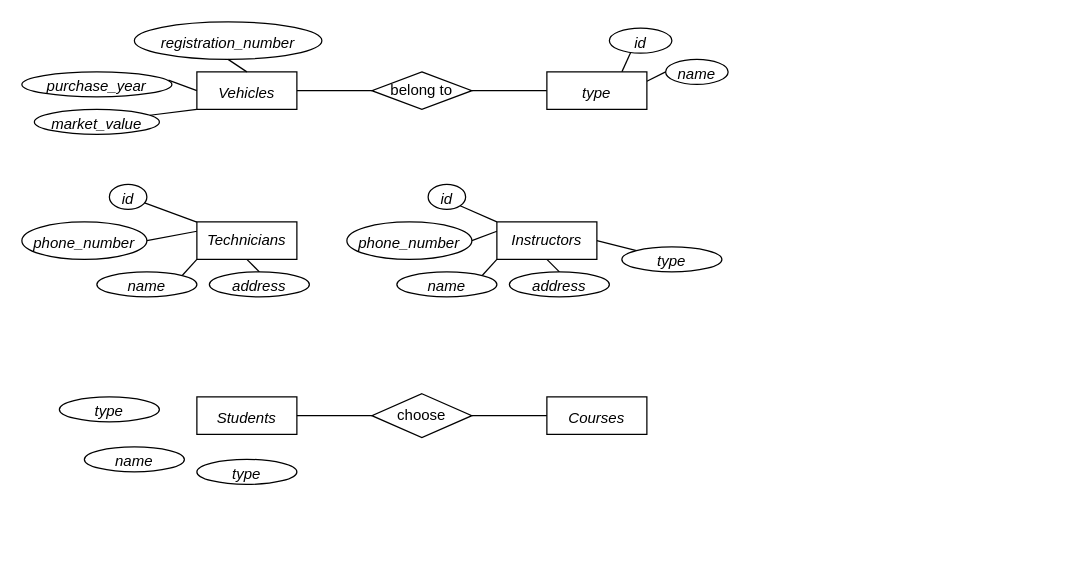
Above: 未命名绘图.drawio in Jiangyan-WANG/study_brhm (draw.io), before the change. Source tidied: cells renumbered, new cells numbered last; positions are measured from the earlier drawing's top-left corner, leaving out a move shared by most shapes. Both pictures are drawn from the tidied source at 125%, with x=0, y=0 at pixel (21, 21).
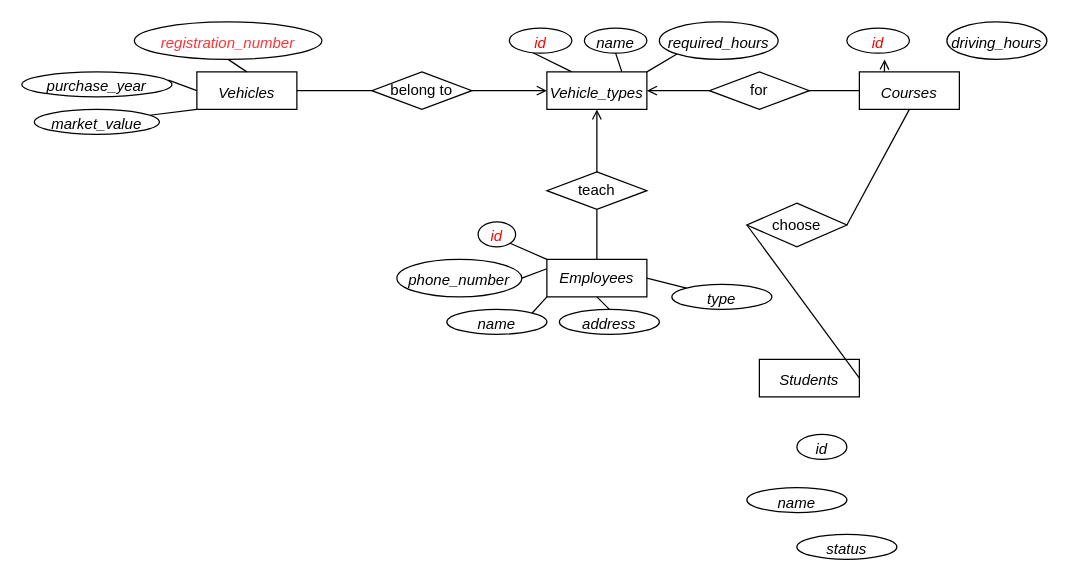
Above is the later version.

Unchanged cells that the change refers to:
```xml
<mxCell id="35" value="belong to" style="rhombus;whiteSpace=wrap;html=1;" parent="1" vertex="1">
  <mxGeometry x="280" y="40" width="80" height="30" as="geometry" />
</mxCell>
```

Change to the diagram source:
```diff
@@
-    <mxCell id="6" value="Technicians" style="rounded=0;whiteSpace=wrap;html=1;fontStyle=2;" parent="1" vertex="1">
-      <mxGeometry x="140" y="160" width="80" height="30" as="geometry" />
-    </mxCell>
     <mxCell id="7" value="Students&lt;span style=&quot;font-size: medium; text-align: start;&quot;&gt;&lt;/span&gt;" style="rounded=0;whiteSpace=wrap;html=1;fontStyle=2;" parent="1" vertex="1">
-      <mxGeometry x="140" y="300" width="80" height="30" as="geometry" />
+      <mxGeometry x="590" y="270" width="80" height="30" as="geometry" />
     </mxCell>
+    <mxCell id="45" style="edgeStyle=none;rounded=0;jettySize=auto;html=1;exitX=0;exitY=0.5;exitDx=0;exitDy=0;entryX=1;entryY=0.5;entryDx=0;entryDy=0;fontColor=#FF0000;endArrow=none;endFill=0;" parent="1" edge="1" source="8" target="55">
+      <mxGeometry relative="1" as="geometry" />
+    </mxCell>
+    <mxCell id="46" style="edgeStyle=none;rounded=0;jettySize=auto;html=1;exitX=0.25;exitY=0;exitDx=0;exitDy=0;fontColor=#FF0000;endArrow=open;endFill=0;" parent="1" edge="1" source="8">
+      <mxGeometry relative="1" as="geometry">
+        <mxPoint x="690.2" y="30" as="targetPoint" />
+      </mxGeometry>
+    </mxCell>
     <mxCell id="8" value="Courses&lt;span style=&quot;font-size: medium; text-align: start;&quot;&gt;&lt;/span&gt;" style="rounded=0;whiteSpace=wrap;html=1;fontStyle=2;" parent="1" vertex="1">
-      <mxGeometry x="420" y="300" width="80" height="30" as="geometry" />
+      <mxGeometry x="670" y="40" width="80" height="30" as="geometry" />
     </mxCell>
-    <mxCell id="9" value="registration_number&lt;span style=&quot;font-size: medium; text-align: start;&quot;&gt;&lt;/span&gt;" style="ellipse;whiteSpace=wrap;html=1;fontStyle=2;" parent="1" vertex="1">
+    <mxCell id="9" value="registration_number&lt;span style=&quot;font-size: medium; text-align: start;&quot;&gt;&lt;/span&gt;" style="ellipse;whiteSpace=wrap;html=1;fontStyle=2;fontColor=#FF3333;" parent="1" vertex="1">
       <mxGeometry x="90" width="150" height="30" as="geometry" />
     </mxCell>
@@
-    <mxCell id="14" style="edgeStyle=none;rounded=0;jettySize=auto;html=1;exitX=1;exitY=0.5;exitDx=0;exitDy=0;entryX=0;entryY=0.5;entryDx=0;entryDy=0;endArrow=none;endFill=0;" parent="1" edge="1" source="15" target="8">
+    <mxCell id="14" style="edgeStyle=none;rounded=0;jettySize=auto;html=1;exitX=1;exitY=0.5;exitDx=0;exitDy=0;entryX=0.5;entryY=1;entryDx=0;entryDy=0;endArrow=none;endFill=0;" parent="1" edge="1" source="15" target="8">
       <mxGeometry relative="1" as="geometry" />
     </mxCell>
     <mxCell id="15" value="choose" style="rhombus;whiteSpace=wrap;html=1;" parent="1" vertex="1">
-      <mxGeometry x="280" y="297.5" width="80" height="35" as="geometry" />
+      <mxGeometry x="580" y="145" width="80" height="35" as="geometry" />
     </mxCell>
-    <mxCell id="16" style="edgeStyle=none;rounded=0;jettySize=auto;html=1;exitX=1;exitY=0;exitDx=0;exitDy=0;entryX=0;entryY=1;entryDx=0;entryDy=0;endArrow=none;endFill=0;" parent="1" edge="1" source="17" target="6">
-      <mxGeometry relative="1" as="geometry" />
-    </mxCell>
-    <mxCell id="17" value="name&lt;span style=&quot;font-size: medium; text-align: start;&quot;&gt;&lt;/span&gt;" style="ellipse;whiteSpace=wrap;html=1;fontStyle=2;verticalAlign=middle;" parent="1" vertex="1">
-      <mxGeometry x="60" y="200" width="80" height="20" as="geometry" />
-    </mxCell>
-    <mxCell id="18" style="edgeStyle=none;rounded=0;jettySize=auto;html=1;exitX=0.5;exitY=0;exitDx=0;exitDy=0;entryX=0.5;entryY=1;entryDx=0;entryDy=0;endArrow=none;endFill=0;" parent="1" edge="1" source="19" target="6">
-      <mxGeometry relative="1" as="geometry" />
-    </mxCell>
-    <mxCell id="19" value="address&lt;span style=&quot;font-size: medium; text-align: start;&quot;&gt;&lt;/span&gt;" style="ellipse;whiteSpace=wrap;html=1;fontStyle=2;verticalAlign=middle;" parent="1" vertex="1">
-      <mxGeometry x="150" y="200" width="80" height="20" as="geometry" />
-    </mxCell>
-    <mxCell id="20" style="edgeStyle=none;rounded=0;jettySize=auto;html=1;exitX=1;exitY=0.5;exitDx=0;exitDy=0;entryX=0;entryY=0.25;entryDx=0;entryDy=0;endArrow=none;endFill=0;" parent="1" edge="1" source="21" target="6">
-      <mxGeometry relative="1" as="geometry" />
-    </mxCell>
-    <mxCell id="21" value="phone_number&lt;span style=&quot;font-size: medium; text-align: start;&quot;&gt;&lt;/span&gt;" style="ellipse;whiteSpace=wrap;html=1;fontStyle=2;verticalAlign=middle;" parent="1" vertex="1">
-      <mxGeometry y="160" width="100" height="30" as="geometry" />
-    </mxCell>
@@
+    <mxCell id="47" style="edgeStyle=none;rounded=0;jettySize=auto;html=1;exitX=0.5;exitY=0;exitDx=0;exitDy=0;entryX=0.5;entryY=1;entryDx=0;entryDy=0;endArrow=none;endFill=0;" parent="1" edge="1" source="23" target="49">
+      <mxGeometry relative="1" as="geometry" />
+    </mxCell>
-    <mxCell id="23" value="Instructors" style="rounded=0;whiteSpace=wrap;html=1;fontStyle=2;" parent="1" vertex="1">
-      <mxGeometry x="380" y="160" width="80" height="30" as="geometry" />
+    <mxCell id="23" value="Employees" style="rounded=0;whiteSpace=wrap;html=1;fontStyle=2;" parent="1" vertex="1">
+      <mxGeometry x="420" y="190" width="80" height="30" as="geometry" />
     </mxCell>
@@
     <mxCell id="25" value="name&lt;span style=&quot;font-size: medium; text-align: start;&quot;&gt;&lt;/span&gt;" style="ellipse;whiteSpace=wrap;html=1;fontStyle=2;verticalAlign=middle;" parent="1" vertex="1">
-      <mxGeometry x="300" y="200" width="80" height="20" as="geometry" />
+      <mxGeometry x="340" y="230" width="80" height="20" as="geometry" />
     </mxCell>
@@
     <mxCell id="27" value="address&lt;span style=&quot;font-size: medium; text-align: start;&quot;&gt;&lt;/span&gt;" style="ellipse;whiteSpace=wrap;html=1;fontStyle=2;verticalAlign=middle;" parent="1" vertex="1">
-      <mxGeometry x="390" y="200" width="80" height="20" as="geometry" />
+      <mxGeometry x="430" y="230" width="80" height="20" as="geometry" />
     </mxCell>
@@
     <mxCell id="29" value="phone_number&lt;span style=&quot;font-size: medium; text-align: start;&quot;&gt;&lt;/span&gt;" style="ellipse;whiteSpace=wrap;html=1;fontStyle=2;verticalAlign=middle;" parent="1" vertex="1">
-      <mxGeometry x="260" y="160" width="100" height="30" as="geometry" />
+      <mxGeometry x="300" y="190" width="100" height="30" as="geometry" />
     </mxCell>
     <mxCell id="30" value="type&lt;span style=&quot;font-size: medium; text-align: start;&quot;&gt;&lt;/span&gt;" style="ellipse;whiteSpace=wrap;html=1;fontStyle=2;verticalAlign=middle;" parent="1" vertex="1">
-      <mxGeometry x="480" y="180" width="80" height="20" as="geometry" />
+      <mxGeometry x="520" y="210" width="80" height="20" as="geometry" />
     </mxCell>
     <mxCell id="31" value="name&lt;span style=&quot;font-size: medium; text-align: start;&quot;&gt;&lt;/span&gt;" style="ellipse;whiteSpace=wrap;html=1;fontStyle=2;verticalAlign=middle;" parent="1" vertex="1">
-      <mxGeometry x="50" y="340" width="80" height="20" as="geometry" />
+      <mxGeometry x="580" y="372.5" width="80" height="20" as="geometry" />
     </mxCell>
-    <mxCell id="32" value="type&lt;span style=&quot;font-size: medium; text-align: start;&quot;&gt;&lt;/span&gt;" style="ellipse;whiteSpace=wrap;html=1;fontStyle=2;verticalAlign=middle;" parent="1" vertex="1">
-      <mxGeometry x="140" y="350" width="80" height="20" as="geometry" />
-    </mxCell>
-    <mxCell id="33" value="type&lt;span style=&quot;font-size: medium; text-align: start;&quot;&gt;&lt;/span&gt;" style="ellipse;whiteSpace=wrap;html=1;fontStyle=2;verticalAlign=middle;" parent="1" vertex="1">
-      <mxGeometry x="30" y="300" width="80" height="20" as="geometry" />
-    </mxCell>
-    <mxCell id="34" style="edgeStyle=none;rounded=0;jettySize=auto;html=1;exitX=1;exitY=0.5;exitDx=0;exitDy=0;entryX=0;entryY=0.5;entryDx=0;entryDy=0;endArrow=none;endFill=0;" parent="1" edge="1" source="35" target="38">
+    <mxCell id="34" style="edgeStyle=none;rounded=0;jettySize=auto;html=1;exitX=1;exitY=0.5;exitDx=0;exitDy=0;entryX=0;entryY=0.5;entryDx=0;entryDy=0;endArrow=open;endFill=0;" parent="1" edge="1" source="35" target="38">
       <mxGeometry relative="1" as="geometry" />
     </mxCell>
@@
-    <mxCell id="36" style="edgeStyle=none;rounded=0;jettySize=auto;html=1;exitX=0.75;exitY=0;exitDx=0;exitDy=0;entryX=0.346;entryY=0.946;entryDx=0;entryDy=0;entryPerimeter=0;endArrow=none;endFill=0;" parent="1" edge="1" source="38" target="39">
+    <mxCell id="36" style="edgeStyle=none;rounded=0;jettySize=auto;html=1;exitX=0.25;exitY=0;exitDx=0;exitDy=0;entryX=0.346;entryY=0.946;entryDx=0;entryDy=0;entryPerimeter=0;endArrow=none;endFill=0;" parent="1" edge="1" source="38" target="39">
       <mxGeometry relative="1" as="geometry" />
     </mxCell>
-    <mxCell id="37" style="edgeStyle=none;rounded=0;jettySize=auto;html=1;exitX=1;exitY=0.25;exitDx=0;exitDy=0;entryX=0;entryY=0.5;entryDx=0;entryDy=0;endArrow=none;endFill=0;" parent="1" edge="1" source="38" target="40">
+    <mxCell id="37" style="edgeStyle=none;rounded=0;jettySize=auto;html=1;exitX=0.75;exitY=0;exitDx=0;exitDy=0;entryX=0.5;entryY=1;entryDx=0;entryDy=0;endArrow=none;endFill=0;" parent="1" edge="1" source="38" target="40">
       <mxGeometry relative="1" as="geometry" />
     </mxCell>
-    <mxCell id="38" value="type&lt;span style=&quot;font-size: medium; text-align: start;&quot;&gt;&lt;/span&gt;" style="rounded=0;whiteSpace=wrap;html=1;fontStyle=2;" parent="1" vertex="1">
+    <mxCell id="38" value="Vehicle_types&lt;span style=&quot;font-size: medium; text-align: start;&quot;&gt;&lt;/span&gt;" style="rounded=0;whiteSpace=wrap;html=1;fontStyle=2;" parent="1" vertex="1">
       <mxGeometry x="420" y="40" width="80" height="30" as="geometry" />
     </mxCell>
-    <mxCell id="39" value="id&lt;span style=&quot;font-size: medium; text-align: start;&quot;&gt;&lt;/span&gt;" style="ellipse;whiteSpace=wrap;html=1;fontStyle=2;" parent="1" vertex="1">
-      <mxGeometry x="470" y="5" width="50" height="20" as="geometry" />
+    <mxCell id="39" value="id&lt;span style=&quot;font-size: medium; text-align: start;&quot;&gt;&lt;/span&gt;" style="ellipse;whiteSpace=wrap;html=1;fontStyle=2;fontColor=#FF0000;" parent="1" vertex="1">
+      <mxGeometry x="390" y="5" width="50" height="20" as="geometry" />
     </mxCell>
     <mxCell id="40" value="name&lt;span style=&quot;font-size: medium; text-align: start;&quot;&gt;&lt;/span&gt;" style="ellipse;whiteSpace=wrap;html=1;fontStyle=2;" parent="1" vertex="1">
-      <mxGeometry x="515" y="30" width="50" height="20" as="geometry" />
+      <mxGeometry x="450" y="5" width="50" height="20" as="geometry" />
     </mxCell>
-    <mxCell id="41" style="edgeStyle=none;rounded=0;jettySize=auto;html=1;endArrow=none;endFill=0;" parent="1" edge="1" source="42" target="6">
-      <mxGeometry relative="1" as="geometry" />
-    </mxCell>
-    <mxCell id="42" value="id&lt;span style=&quot;font-size: medium; text-align: start;&quot;&gt;&lt;/span&gt;" style="ellipse;whiteSpace=wrap;html=1;fontStyle=2;verticalAlign=middle;" parent="1" vertex="1">
-      <mxGeometry x="70" y="130" width="30" height="20" as="geometry" />
-    </mxCell>
@@
-    <mxCell id="44" value="id&lt;span style=&quot;font-size: medium; text-align: start;&quot;&gt;&lt;/span&gt;" style="ellipse;whiteSpace=wrap;html=1;fontStyle=2;verticalAlign=middle;" parent="1" vertex="1">
-      <mxGeometry x="325" y="130" width="30" height="20" as="geometry" />
+    <mxCell id="44" value="id&lt;span style=&quot;font-size: medium; text-align: start;&quot;&gt;&lt;/span&gt;" style="ellipse;whiteSpace=wrap;html=1;fontStyle=2;verticalAlign=middle;fontColor=#FF0000;" parent="1" vertex="1">
+      <mxGeometry x="365" y="160" width="30" height="20" as="geometry" />
     </mxCell>
+    <mxCell id="48" style="edgeStyle=none;rounded=0;jettySize=auto;html=1;exitX=0.5;exitY=0;exitDx=0;exitDy=0;entryX=0.5;entryY=1;entryDx=0;entryDy=0;endArrow=open;endFill=0;" parent="1" edge="1" source="49" target="38">
+      <mxGeometry relative="1" as="geometry" />
+    </mxCell>
+    <mxCell id="49" value="teach" style="rhombus;whiteSpace=wrap;html=1;" parent="1" vertex="1">
+      <mxGeometry x="420" y="120" width="80" height="30" as="geometry" />
+    </mxCell>
+    <mxCell id="42" value="id&lt;span style=&quot;font-size: medium; text-align: start;&quot;&gt;&lt;/span&gt;" style="ellipse;whiteSpace=wrap;html=1;fontStyle=2;verticalAlign=middle;" parent="1" vertex="1">
+      <mxGeometry x="620" y="330" width="40" height="20" as="geometry" />
+    </mxCell>
+    <mxCell id="50" value="status&lt;span style=&quot;font-size: medium; text-align: start;&quot;&gt;&lt;/span&gt;" style="ellipse;whiteSpace=wrap;html=1;fontStyle=2;verticalAlign=middle;" parent="1" vertex="1">
+      <mxGeometry x="620" y="410" width="80" height="20" as="geometry" />
+    </mxCell>
+    <mxCell id="51" value="driving_hours&lt;span style=&quot;font-size: medium; text-align: start;&quot;&gt;&lt;/span&gt;" style="ellipse;whiteSpace=wrap;html=1;fontStyle=2;verticalAlign=middle;" parent="1" vertex="1">
+      <mxGeometry x="740" width="80" height="30" as="geometry" />
+    </mxCell>
+    <mxCell id="52" style="edgeStyle=none;rounded=0;jettySize=auto;html=1;exitX=0;exitY=1;exitDx=0;exitDy=0;entryX=1;entryY=0;entryDx=0;entryDy=0;fontColor=#FF0000;endArrow=none;endFill=0;" parent="1" edge="1" source="53" target="38">
+      <mxGeometry relative="1" as="geometry" />
+    </mxCell>
+    <mxCell id="53" value="required_hours&lt;span style=&quot;font-size: medium; text-align: start;&quot;&gt;&lt;/span&gt;" style="ellipse;whiteSpace=wrap;html=1;fontStyle=2;verticalAlign=middle;" parent="1" vertex="1">
+      <mxGeometry x="510" width="95" height="30" as="geometry" />
+    </mxCell>
+    <mxCell id="54" style="edgeStyle=none;rounded=0;jettySize=auto;html=1;exitX=0;exitY=0.5;exitDx=0;exitDy=0;entryX=1;entryY=0.5;entryDx=0;entryDy=0;fontColor=#FF0000;endArrow=open;endFill=0;" parent="1" edge="1" source="55" target="38">
+      <mxGeometry relative="1" as="geometry" />
+    </mxCell>
+    <mxCell id="55" value="for" style="rhombus;whiteSpace=wrap;html=1;" parent="1" vertex="1">
+      <mxGeometry x="550" y="40" width="80" height="30" as="geometry" />
+    </mxCell>
+    <mxCell id="56" value="id&lt;span style=&quot;font-size: medium; text-align: start;&quot;&gt;&lt;/span&gt;" style="ellipse;whiteSpace=wrap;html=1;fontStyle=2;fontColor=#FF0000;" parent="1" vertex="1">
+      <mxGeometry x="660" y="5" width="50" height="20" as="geometry" />
+    </mxCell>
```
